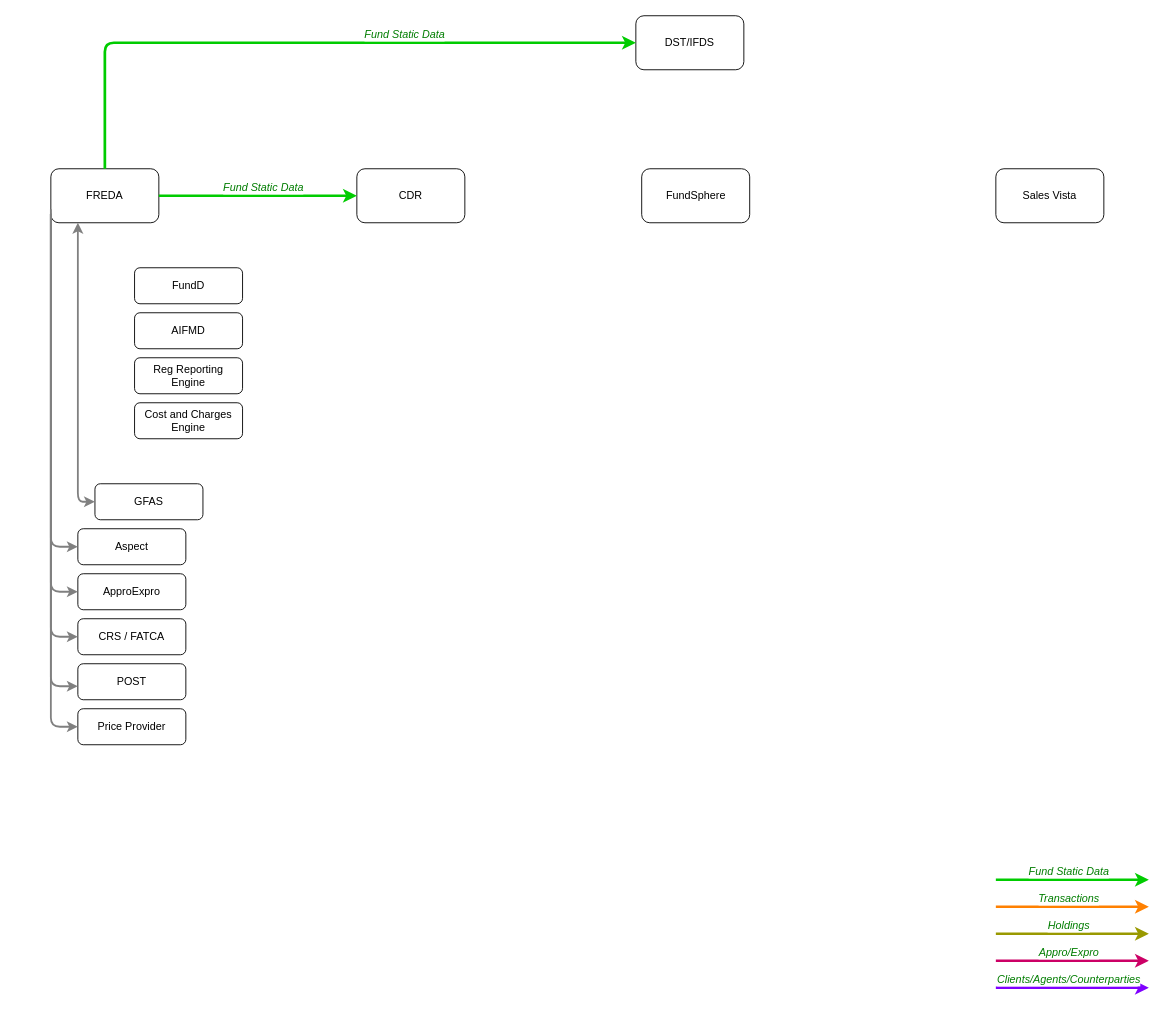
Before: GOS TA data flows.drawio in rodinan/Price-Provider, a draw.io diagram. Source tidied: cells renumbered, new cells numbered last; positions are measured from the earlier drawing's top-left corner, leaving out a move shared by most shapes. Both pictures are drawn from the tidied source at 90%, with x=0, y=0 at pixel (50, 15).
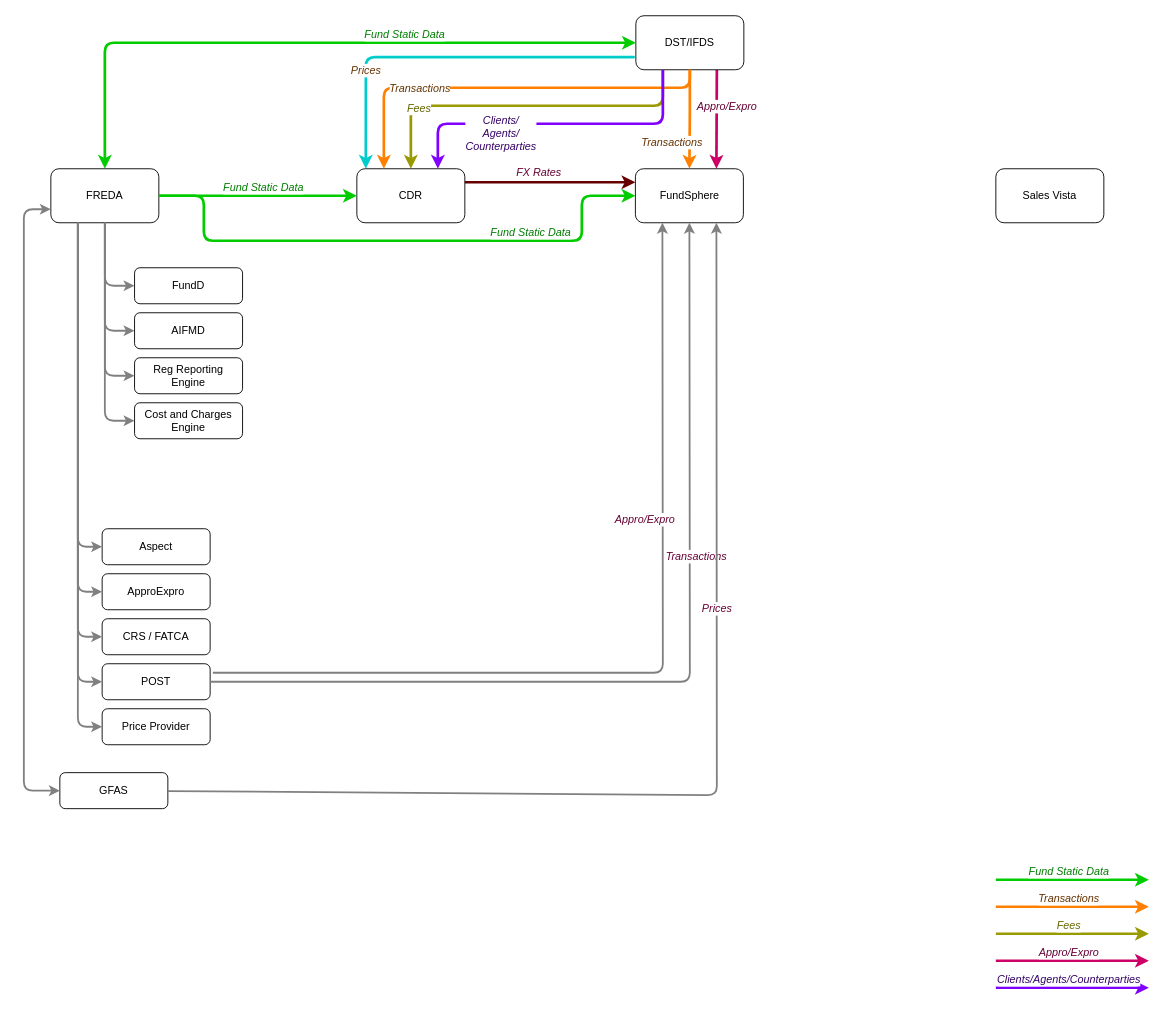
The same page after the edit.

The change refers to these unchanged cells:
```xml
<mxCell id="2" value="DST/IFDS" style="rounded=1;whiteSpace=wrap;html=1;" parent="1" vertex="1">
  <mxGeometry x="650" width="120" height="60" as="geometry" />
</mxCell>
<mxCell id="3" value="FREDA" style="rounded=1;whiteSpace=wrap;html=1;" parent="1" vertex="1">
  <mxGeometry y="170" width="120" height="60" as="geometry" />
</mxCell>
<mxCell id="4" value="CDR" style="rounded=1;whiteSpace=wrap;html=1;" parent="1" vertex="1">
  <mxGeometry x="340" y="170" width="120" height="60" as="geometry" />
</mxCell>
<mxCell id="11" style="endArrow=classic;html=1;strokeColor=#FF8000;strokeWidth=3;" parent="1" edge="1">
  <mxGeometry relative="1" as="geometry">
    <mxPoint x="1050" y="990" as="sourcePoint" />
    <mxPoint x="1220" y="990" as="targetPoint" />
  </mxGeometry>
</mxCell>
<mxCell id="13" style="endArrow=classic;html=1;strokeColor=#999900;strokeWidth=3;" parent="1" edge="1">
  <mxGeometry relative="1" as="geometry">
    <mxPoint x="1050" y="1020" as="sourcePoint" />
    <mxPoint x="1220" y="1020" as="targetPoint" />
  </mxGeometry>
</mxCell>
<mxCell id="15" style="endArrow=classic;html=1;strokeColor=#CC0066;strokeWidth=3;" parent="1" edge="1">
  <mxGeometry relative="1" as="geometry">
    <mxPoint x="1050" y="1050" as="sourcePoint" />
    <mxPoint x="1220" y="1050" as="targetPoint" />
  </mxGeometry>
</mxCell>
<mxCell id="17" style="endArrow=classic;html=1;strokeColor=#7F00FF;strokeWidth=3;" parent="1" edge="1">
  <mxGeometry relative="1" as="geometry">
    <mxPoint x="1050" y="1080" as="sourcePoint" />
    <mxPoint x="1220" y="1080" as="targetPoint" />
  </mxGeometry>
</mxCell>
<mxCell id="21" value="FundD" style="rounded=1;whiteSpace=wrap;html=1;" parent="1" vertex="1">
  <mxGeometry x="93" y="280" width="120" height="40" as="geometry" />
</mxCell>
<mxCell id="22" value="AIFMD" style="rounded=1;whiteSpace=wrap;html=1;" parent="1" vertex="1">
  <mxGeometry x="93" y="330" width="120" height="40" as="geometry" />
</mxCell>
<mxCell id="23" value="Reg Reporting Engine" style="rounded=1;whiteSpace=wrap;html=1;" parent="1" vertex="1">
  <mxGeometry x="93" y="380" width="120" height="40" as="geometry" />
</mxCell>
<mxCell id="24" value="Cost and Charges Engine" style="rounded=1;whiteSpace=wrap;html=1;" parent="1" vertex="1">
  <mxGeometry x="93" y="430" width="120" height="40" as="geometry" />
</mxCell>
```

Change to the diagram source:
```diff
@@
+    <mxCell id="37" style="endArrow=classic;html=1;strokeColor=#CC0066;strokeWidth=3;exitX=0.75;exitY=1;exitDx=0;exitDy=0;entryX=0.75;entryY=0;entryDx=0;entryDy=0;" parent="1" edge="1" source="2" target="5">
+      <mxGeometry relative="1" as="geometry" />
+    </mxCell>
+    <mxCell id="38" value="Appro/Expro" style="text;html=1;align=center;verticalAlign=middle;labelBackgroundColor=#ffffff;fontColor=#660033;fontStyle=2;" parent="37" vertex="1">
+      <mxGeometry x="0.4" y="6" relative="1" as="geometry">
+        <mxPoint x="4.5" y="-37" as="offset" />
+      </mxGeometry>
+    </mxCell>
@@
     <mxCell id="5" value="FundSphere" style="rounded=1;whiteSpace=wrap;html=1;" parent="1" vertex="1">
-      <mxGeometry x="656.5" y="170" width="120" height="60" as="geometry" />
+      <mxGeometry x="649.5" y="170" width="120" height="60" as="geometry" />
     </mxCell>
@@
-    <mxCell id="9" style="endArrow=classic;html=1;strokeColor=#00CC00;strokeWidth=3;entryX=0;entryY=0.5;entryDx=0;entryDy=0;exitX=0.5;exitY=0;exitDx=0;exitDy=0;" parent="1" edge="1" source="3" target="2">
+    <mxCell id="9" style="endArrow=classic;html=1;strokeColor=#00CC00;strokeWidth=3;entryX=0;entryY=0.5;entryDx=0;entryDy=0;exitX=0.5;exitY=0;exitDx=0;exitDy=0;startArrow=classic;startFill=1;" parent="1" edge="1" source="3" target="2">
       <mxGeometry relative="1" as="geometry">
         <Array as="points">
           <mxPoint x="60" y="30" />
         </Array>
       </mxGeometry>
     </mxCell>
@@
-    <mxCell id="12" value="Transactions" style="text;html=1;align=center;verticalAlign=middle;labelBackgroundColor=#ffffff;fontColor=#007D00;fontStyle=2;" parent="11" vertex="1">
+    <mxCell id="12" value="Transactions" style="text;html=1;align=center;verticalAlign=middle;labelBackgroundColor=#ffffff;fontColor=#663300;fontStyle=2;" parent="11" vertex="1">
       <mxGeometry x="0.4" y="6" relative="1" as="geometry">
         <mxPoint x="-39" y="-4" as="offset" />
       </mxGeometry>
     </mxCell>
@@
-    <mxCell id="14" value="Holdings" style="text;html=1;align=center;verticalAlign=middle;labelBackgroundColor=#ffffff;fontColor=#007D00;fontStyle=2;" parent="13" vertex="1">
+    <mxCell id="14" value="Fees" style="text;html=1;align=center;verticalAlign=middle;labelBackgroundColor=#ffffff;fontColor=#666600;fontStyle=2;" parent="13" vertex="1">
       <mxGeometry x="0.4" y="6" relative="1" as="geometry">
         <mxPoint x="-39" y="-4" as="offset" />
       </mxGeometry>
     </mxCell>
@@
-    <mxCell id="16" value="Appro/Expro" style="text;html=1;align=center;verticalAlign=middle;labelBackgroundColor=#ffffff;fontColor=#007D00;fontStyle=2;" parent="15" vertex="1">
+    <mxCell id="16" value="Appro/Expro" style="text;html=1;align=center;verticalAlign=middle;labelBackgroundColor=#ffffff;fontColor=#660033;fontStyle=2;" parent="15" vertex="1">
       <mxGeometry x="0.4" y="6" relative="1" as="geometry">
         <mxPoint x="-39" y="-4" as="offset" />
       </mxGeometry>
     </mxCell>
@@
-    <mxCell id="18" value="Clients/Agents/Counterparties" style="text;html=1;align=center;verticalAlign=middle;labelBackgroundColor=#ffffff;fontColor=#007D00;fontStyle=2;" parent="17" vertex="1">
+    <mxCell id="18" value="Clients/Agents/Counterparties" style="text;html=1;align=center;verticalAlign=middle;labelBackgroundColor=#ffffff;fontColor=#330066;fontStyle=2;" parent="17" vertex="1">
       <mxGeometry x="0.4" y="6" relative="1" as="geometry">
         <mxPoint x="-39" y="-4" as="offset" />
       </mxGeometry>
     </mxCell>
@@
     <mxCell id="25" value="GFAS" style="rounded=1;whiteSpace=wrap;html=1;" parent="1" vertex="1">
-      <mxGeometry x="49" y="520" width="120" height="40" as="geometry" />
+      <mxGeometry x="10" y="841" width="120" height="40" as="geometry" />
     </mxCell>
     <mxCell id="26" value="Aspect" style="rounded=1;whiteSpace=wrap;html=1;" parent="1" vertex="1">
-      <mxGeometry x="30" y="570" width="120" height="40" as="geometry" />
+      <mxGeometry x="57" y="570" width="120" height="40" as="geometry" />
     </mxCell>
     <mxCell id="27" value="ApproExpro" style="rounded=1;whiteSpace=wrap;html=1;" parent="1" vertex="1">
-      <mxGeometry x="30" y="620" width="120" height="40" as="geometry" />
+      <mxGeometry x="57" y="620" width="120" height="40" as="geometry" />
     </mxCell>
     <mxCell id="28" value="POST" style="rounded=1;whiteSpace=wrap;html=1;" parent="1" vertex="1">
-      <mxGeometry x="30" y="720" width="120" height="40" as="geometry" />
+      <mxGeometry x="57" y="720" width="120" height="40" as="geometry" />
     </mxCell>
     <mxCell id="29" value="CRS / FATCA" style="rounded=1;whiteSpace=wrap;html=1;" parent="1" vertex="1">
-      <mxGeometry x="30" y="670" width="120" height="40" as="geometry" />
+      <mxGeometry x="57" y="670" width="120" height="40" as="geometry" />
     </mxCell>
     <mxCell id="30" value="Price Provider" style="rounded=1;whiteSpace=wrap;html=1;" parent="1" vertex="1">
-      <mxGeometry x="30" y="770" width="120" height="40" as="geometry" />
+      <mxGeometry x="57" y="770" width="120" height="40" as="geometry" />
     </mxCell>
-    <mxCell id="31" style="endArrow=classic;html=1;strokeColor=#808080;strokeWidth=2;exitX=0;exitY=0.75;exitDx=0;exitDy=0;entryX=0;entryY=0.5;entryDx=0;entryDy=0;" parent="1" edge="1" source="3" target="30">
+    <mxCell id="31" style="endArrow=classic;html=1;strokeColor=#808080;strokeWidth=2;exitX=0.25;exitY=1;exitDx=0;exitDy=0;entryX=0;entryY=0.5;entryDx=0;entryDy=0;" parent="1" edge="1" source="3" target="30">
       <mxGeometry relative="1" as="geometry">
         <Array as="points">
-          <mxPoint y="790" />
+          <mxPoint x="30" y="790" />
         </Array>
       </mxGeometry>
     </mxCell>
-    <mxCell id="32" style="endArrow=classic;html=1;strokeColor=#808080;strokeWidth=2;entryX=0;entryY=0.5;entryDx=0;entryDy=0;" parent="1" edge="1">
+    <mxCell id="32" style="endArrow=classic;html=1;strokeColor=#808080;strokeWidth=2;entryX=0;entryY=0.5;entryDx=0;entryDy=0;exitX=0.25;exitY=1;exitDx=0;exitDy=0;" parent="1" edge="1" source="3" target="28">
       <mxGeometry relative="1" as="geometry">
-        <mxPoint y="220" as="sourcePoint" />
-        <mxPoint x="30" y="745" as="targetPoint" />
         <Array as="points">
-          <mxPoint y="745" />
+          <mxPoint x="30" y="740" />
         </Array>
       </mxGeometry>
     </mxCell>
-    <mxCell id="33" style="endArrow=classic;html=1;strokeColor=#808080;strokeWidth=2;entryX=0;entryY=0.5;entryDx=0;entryDy=0;" parent="1" edge="1">
+    <mxCell id="33" style="endArrow=classic;html=1;strokeColor=#808080;strokeWidth=2;entryX=0;entryY=0.5;entryDx=0;entryDy=0;exitX=0.25;exitY=1;exitDx=0;exitDy=0;" parent="1" edge="1" source="3" target="29">
       <mxGeometry relative="1" as="geometry">
-        <mxPoint y="220" as="sourcePoint" />
-        <mxPoint x="30" y="690" as="targetPoint" />
         <Array as="points">
-          <mxPoint y="690" />
+          <mxPoint x="30" y="690" />
         </Array>
       </mxGeometry>
     </mxCell>
-    <mxCell id="34" style="endArrow=classic;html=1;strokeColor=#808080;strokeWidth=2;entryX=0;entryY=0.5;entryDx=0;entryDy=0;" parent="1" edge="1">
+    <mxCell id="34" style="endArrow=classic;html=1;strokeColor=#808080;strokeWidth=2;entryX=0;entryY=0.5;entryDx=0;entryDy=0;exitX=0.25;exitY=1;exitDx=0;exitDy=0;" parent="1" edge="1" source="3" target="27">
       <mxGeometry relative="1" as="geometry">
-        <mxPoint y="220" as="sourcePoint" />
-        <mxPoint x="30" y="640" as="targetPoint" />
         <Array as="points">
-          <mxPoint y="640" />
+          <mxPoint x="30" y="640" />
         </Array>
       </mxGeometry>
     </mxCell>
-    <mxCell id="35" style="endArrow=classic;html=1;strokeColor=#808080;strokeWidth=2;entryX=0;entryY=0.5;entryDx=0;entryDy=0;" parent="1" edge="1">
+    <mxCell id="35" style="endArrow=classic;html=1;strokeColor=#808080;strokeWidth=2;entryX=0;entryY=0.5;entryDx=0;entryDy=0;exitX=0.25;exitY=1;exitDx=0;exitDy=0;" parent="1" edge="1" source="3" target="26">
       <mxGeometry relative="1" as="geometry">
-        <mxPoint y="220" as="sourcePoint" />
-        <mxPoint x="30" y="590" as="targetPoint" />
         <Array as="points">
-          <mxPoint y="590" />
+          <mxPoint x="30" y="590" />
         </Array>
       </mxGeometry>
     </mxCell>
-    <mxCell id="36" style="endArrow=classic;html=1;strokeColor=#808080;strokeWidth=2;exitX=0.25;exitY=1;exitDx=0;exitDy=0;entryX=0;entryY=0.5;entryDx=0;entryDy=0;startArrow=classic;startFill=1;" parent="1" edge="1" source="3" target="25">
+    <mxCell id="36" style="endArrow=classic;html=1;strokeColor=#808080;strokeWidth=2;exitX=0;exitY=0.75;exitDx=0;exitDy=0;entryX=0;entryY=0.5;entryDx=0;entryDy=0;startArrow=classic;startFill=1;" parent="1" edge="1" source="3" target="25">
       <mxGeometry relative="1" as="geometry">
         <Array as="points">
-          <mxPoint x="30" y="540" />
+          <mxPoint x="-30" y="215" />
+          <mxPoint x="-30" y="861" />
         </Array>
       </mxGeometry>
     </mxCell>
+    <mxCell id="39" style="endArrow=classic;html=1;strokeColor=#808080;strokeWidth=2;entryX=0;entryY=0.5;entryDx=0;entryDy=0;exitX=0.5;exitY=1;exitDx=0;exitDy=0;" parent="1" edge="1" source="3" target="21">
+      <mxGeometry relative="1" as="geometry">
+        <Array as="points">
+          <mxPoint x="60" y="300" />
+        </Array>
+      </mxGeometry>
+    </mxCell>
+    <mxCell id="40" style="endArrow=classic;html=1;strokeColor=#808080;strokeWidth=2;entryX=0;entryY=0.5;entryDx=0;entryDy=0;exitX=0.5;exitY=1;exitDx=0;exitDy=0;" parent="1" edge="1" source="3" target="22">
+      <mxGeometry relative="1" as="geometry">
+        <Array as="points">
+          <mxPoint x="60" y="350" />
+        </Array>
+      </mxGeometry>
+    </mxCell>
+    <mxCell id="41" style="endArrow=classic;html=1;strokeColor=#808080;strokeWidth=2;entryX=0;entryY=0.5;entryDx=0;entryDy=0;exitX=0.5;exitY=1;exitDx=0;exitDy=0;" parent="1" edge="1" source="3" target="23">
+      <mxGeometry relative="1" as="geometry">
+        <Array as="points">
+          <mxPoint x="60" y="400" />
+        </Array>
+      </mxGeometry>
+    </mxCell>
+    <mxCell id="42" style="endArrow=classic;html=1;strokeColor=#808080;strokeWidth=2;entryX=0;entryY=0.5;entryDx=0;entryDy=0;" parent="1" edge="1" target="24">
+      <mxGeometry relative="1" as="geometry">
+        <mxPoint x="60" y="230" as="sourcePoint" />
+        <Array as="points">
+          <mxPoint x="60" y="450" />
+        </Array>
+      </mxGeometry>
+    </mxCell>
+    <mxCell id="43" style="endArrow=classic;html=1;strokeColor=#FF8000;strokeWidth=3;exitX=0.5;exitY=1;exitDx=0;exitDy=0;entryX=0.25;entryY=0;entryDx=0;entryDy=0;" parent="1" edge="1" source="2" target="4">
+      <mxGeometry relative="1" as="geometry">
+        <Array as="points">
+          <mxPoint x="710" y="80" />
+          <mxPoint x="530" y="80" />
+          <mxPoint x="370" y="80" />
+        </Array>
+      </mxGeometry>
+    </mxCell>
+    <mxCell id="44" value="Transactions" style="text;html=1;align=center;verticalAlign=middle;labelBackgroundColor=#ffffff;fontColor=#663300;fontStyle=2;" parent="43" vertex="1">
+      <mxGeometry x="0.4" y="6" relative="1" as="geometry">
+        <mxPoint x="-6" y="-6" as="offset" />
+      </mxGeometry>
+    </mxCell>
+    <mxCell id="45" style="endArrow=classic;html=1;strokeColor=#999900;strokeWidth=3;exitX=0.25;exitY=1;exitDx=0;exitDy=0;entryX=0.5;entryY=0;entryDx=0;entryDy=0;" parent="1" edge="1" source="2" target="4">
+      <mxGeometry relative="1" as="geometry">
+        <Array as="points">
+          <mxPoint x="680" y="100" />
+          <mxPoint x="400" y="100" />
+        </Array>
+      </mxGeometry>
+    </mxCell>
+    <mxCell id="46" value="Fees" style="text;html=1;align=center;verticalAlign=middle;labelBackgroundColor=#ffffff;fontColor=#666600;fontStyle=2;" parent="45" vertex="1">
+      <mxGeometry x="0.4" y="6" relative="1" as="geometry">
+        <mxPoint x="-39" y="-4" as="offset" />
+      </mxGeometry>
+    </mxCell>
+    <mxCell id="47" style="endArrow=classic;html=1;strokeColor=#7F00FF;strokeWidth=3;exitX=0.25;exitY=1;exitDx=0;exitDy=0;entryX=0.75;entryY=0;entryDx=0;entryDy=0;" parent="1" edge="1" source="2" target="4">
+      <mxGeometry relative="1" as="geometry">
+        <Array as="points">
+          <mxPoint x="680" y="120" />
+          <mxPoint x="430" y="120" />
+        </Array>
+      </mxGeometry>
+    </mxCell>
+    <mxCell id="48" value="Clients/&lt;br&gt;Agents/&lt;br&gt;Counterparties" style="text;html=1;align=center;verticalAlign=middle;labelBackgroundColor=#ffffff;fontColor=#330066;fontStyle=2;" parent="47" vertex="1">
+      <mxGeometry x="0.4" y="6" relative="1" as="geometry">
+        <mxPoint x="11" y="4" as="offset" />
+      </mxGeometry>
+    </mxCell>
+    <mxCell id="49" style="endArrow=classic;html=1;strokeColor=#FF8000;strokeWidth=3;exitX=0.5;exitY=1;exitDx=0;exitDy=0;entryX=0.5;entryY=0;entryDx=0;entryDy=0;" parent="1" edge="1" source="2" target="5">
+      <mxGeometry relative="1" as="geometry">
+        <Array as="points">
+          <mxPoint x="710" y="90" />
+          <mxPoint x="710" y="110" />
+        </Array>
+      </mxGeometry>
+    </mxCell>
+    <mxCell id="50" value="Transactions" style="text;html=1;align=center;verticalAlign=middle;labelBackgroundColor=#ffffff;fontColor=#663300;fontStyle=2;" parent="49" vertex="1">
+      <mxGeometry x="0.4" y="6" relative="1" as="geometry">
+        <mxPoint x="-26" y="3" as="offset" />
+      </mxGeometry>
+    </mxCell>
+    <mxCell id="51" style="endArrow=classic;html=1;strokeColor=#808080;strokeWidth=2;entryX=0.25;entryY=1;entryDx=0;entryDy=0;" parent="1" edge="1" target="5">
+      <mxGeometry relative="1" as="geometry">
+        <mxPoint x="180" y="730" as="sourcePoint" />
+        <Array as="points">
+          <mxPoint x="680" y="730" />
+        </Array>
+      </mxGeometry>
+    </mxCell>
+    <mxCell id="52" value="Appro/Expro" style="text;html=1;align=center;verticalAlign=middle;labelBackgroundColor=#ffffff;fontColor=#660033;fontStyle=2;" parent="51" vertex="1">
+      <mxGeometry x="0.4" y="6" relative="1" as="geometry">
+        <mxPoint x="-14" y="29" as="offset" />
+      </mxGeometry>
+    </mxCell>
+    <mxCell id="53" style="endArrow=classic;html=1;strokeColor=#808080;strokeWidth=2;entryX=0.5;entryY=1;entryDx=0;entryDy=0;exitX=1;exitY=0.5;exitDx=0;exitDy=0;" parent="1" edge="1" source="28" target="5">
+      <mxGeometry relative="1" as="geometry">
+        <Array as="points">
+          <mxPoint x="710" y="740" />
+        </Array>
+      </mxGeometry>
+    </mxCell>
+    <mxCell id="54" value="Transactions" style="text;html=1;align=center;verticalAlign=middle;labelBackgroundColor=#ffffff;fontColor=#660033;fontStyle=2;" parent="53" vertex="1">
+      <mxGeometry x="0.4" y="6" relative="1" as="geometry">
+        <mxPoint x="13" y="57" as="offset" />
+      </mxGeometry>
+    </mxCell>
+    <mxCell id="55" style="endArrow=classic;html=1;strokeColor=#00CC00;strokeWidth=3;entryX=0;entryY=0.5;entryDx=0;entryDy=0;exitX=1;exitY=0.5;exitDx=0;exitDy=0;" parent="1" edge="1" source="3" target="5">
+      <mxGeometry relative="1" as="geometry">
+        <Array as="points">
+          <mxPoint x="170" y="200" />
+          <mxPoint x="170" y="250" />
+          <mxPoint x="590" y="250" />
+          <mxPoint x="590" y="200" />
+        </Array>
+      </mxGeometry>
+    </mxCell>
+    <mxCell id="56" value="Fund Static Data" style="text;html=1;align=center;verticalAlign=middle;labelBackgroundColor=#ffffff;fontColor=#007D00;fontStyle=2;" parent="55" vertex="1">
+      <mxGeometry x="0.4" y="6" relative="1" as="geometry">
+        <mxPoint x="21" y="-4" as="offset" />
+      </mxGeometry>
+    </mxCell>
+    <mxCell id="57" style="endArrow=classic;html=1;strokeColor=#00CCCC;strokeWidth=3;entryX=0.083;entryY=0;entryDx=0;entryDy=0;entryPerimeter=0;" parent="1" edge="1" target="4">
+      <mxGeometry relative="1" as="geometry">
+        <mxPoint x="640" y="46" as="sourcePoint" />
+        <Array as="points">
+          <mxPoint x="650" y="46" />
+          <mxPoint x="640" y="46" />
+          <mxPoint x="460" y="46" />
+          <mxPoint x="350" y="46" />
+        </Array>
+      </mxGeometry>
+    </mxCell>
+    <mxCell id="58" value="Prices" style="text;html=1;align=center;verticalAlign=middle;labelBackgroundColor=#ffffff;fontColor=#663300;fontStyle=2;" parent="57" vertex="1">
+      <mxGeometry x="0.4" y="6" relative="1" as="geometry">
+        <mxPoint x="-7" y="8" as="offset" />
+      </mxGeometry>
+    </mxCell>
+    <mxCell id="59" style="endArrow=classic;html=1;strokeColor=#808080;strokeWidth=2;entryX=0.75;entryY=1;entryDx=0;entryDy=0;" parent="1" edge="1" source="25" target="5">
+      <mxGeometry relative="1" as="geometry">
+        <Array as="points">
+          <mxPoint x="740" y="866" />
+        </Array>
+      </mxGeometry>
+    </mxCell>
+    <mxCell id="60" value="Prices" style="text;html=1;align=center;verticalAlign=middle;labelBackgroundColor=#ffffff;fontColor=#660033;fontStyle=2;" parent="59" vertex="1">
+      <mxGeometry x="0.4" y="6" relative="1" as="geometry">
+        <mxPoint x="6" y="54" as="offset" />
+      </mxGeometry>
+    </mxCell>
+    <mxCell id="61" style="endArrow=classic;html=1;strokeColor=#660000;strokeWidth=3;exitX=1;exitY=0.25;exitDx=0;exitDy=0;entryX=0;entryY=0.25;entryDx=0;entryDy=0;" parent="1" edge="1" source="4" target="5">
+      <mxGeometry relative="1" as="geometry" />
+    </mxCell>
+    <mxCell id="62" value="FX Rates" style="text;html=1;align=center;verticalAlign=middle;labelBackgroundColor=#ffffff;fontColor=#660033;fontStyle=2;" parent="61" vertex="1">
+      <mxGeometry x="0.4" y="6" relative="1" as="geometry">
+        <mxPoint x="-52" y="-5" as="offset" />
+      </mxGeometry>
+    </mxCell>
```
